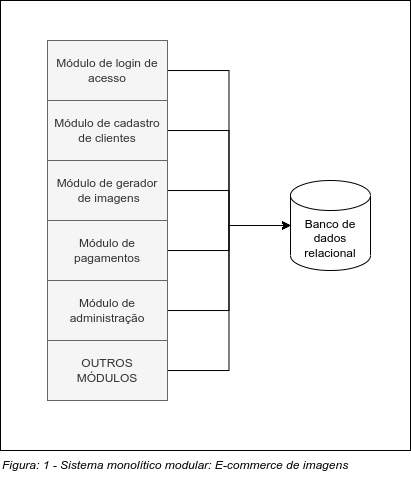
Earlier version of the draw.io export img/fig1.png (carlosemsantana/Txt2Img). Source tidied: cells renumbered, new cells last; positions are measured from the earlier drawing's top-left corner, leaving out a move shared by most shapes.
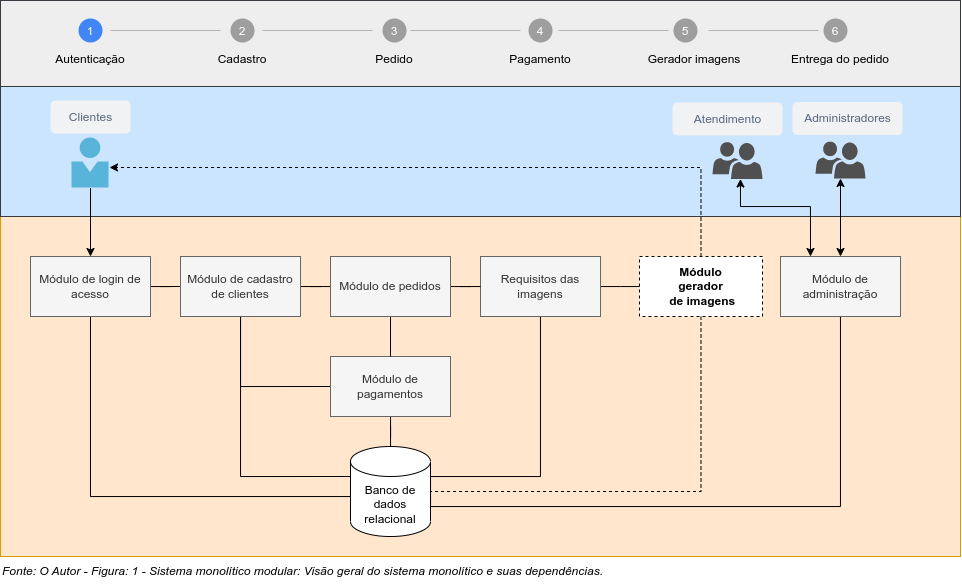
After the change.

What changed in the source:
```diff
@@ -2,50 +2,195 @@
   <root>
     <mxCell id="0" />
     <mxCell id="1" parent="0" />
-    <mxCell id="2" style="rounded=0;whiteSpace=wrap;html=1;" parent="1" vertex="1">
-      <mxGeometry width="410" height="450" as="geometry" />
+    <mxCell id="2" style="rounded=0;whiteSpace=wrap;html=1;fillColor=#ffe6cc;strokeColor=#d79b00;" parent="1" vertex="1">
+      <mxGeometry x="10" y="170" width="960" height="340" as="geometry" />
     </mxCell>
-    <mxCell id="3" value="&lt;i&gt;Figura: 1 - Sistema monolítico modular: E-commerce de imagens&lt;/i&gt;" style="text;html=1;strokeColor=none;fillColor=none;align=left;verticalAlign=middle;whiteSpace=wrap;rounded=0;" parent="1" vertex="1">
-      <mxGeometry y="450" width="410" height="30" as="geometry" />
+    <mxCell id="3" style="rounded=0;whiteSpace=wrap;html=1;fillColor=#eeeeee;strokeColor=#36393d;" parent="1" vertex="1">
+      <mxGeometry x="10" y="-46" width="960" height="86" as="geometry" />
     </mxCell>
-    <mxCell id="4" style="edgeStyle=orthogonalEdgeStyle;rounded=0;jettySize=auto;html=1;entryX=0;entryY=0.5;entryDx=0;entryDy=0;entryPerimeter=0;" parent="1" edge="1" source="5" target="16">
-      <mxGeometry relative="1" as="geometry" />
+    <mxCell id="4" value="&lt;i&gt;Fonte: O Autor - Figura: 1 - Sistema monolítico modular: Visão geral do sistema monolítico e suas dependências.&lt;/i&gt;" style="text;html=1;strokeColor=none;fillColor=none;align=left;verticalAlign=middle;whiteSpace=wrap;rounded=0;" parent="1" vertex="1">
+      <mxGeometry x="10" y="510" width="960" height="30" as="geometry" />
     </mxCell>
-    <mxCell id="5" value="Módulo de login de acesso" style="rounded=0;whiteSpace=wrap;html=1;fillColor=#f5f5f5;strokeColor=#666666;fontColor=#333333;" parent="1" vertex="1">
-      <mxGeometry x="47" y="40" width="120" height="60" as="geometry" />
+    <mxCell id="5" style="edgeStyle=orthogonalEdgeStyle;rounded=0;jettySize=auto;html=1;entryX=0;entryY=0.5;entryDx=0;entryDy=0;entryPerimeter=0;endArrow=none;endFill=0;" parent="1" edge="1" source="7" target="18">
+      <mxGeometry relative="1" as="geometry">
+        <Array as="points">
+          <mxPoint x="100" y="450" />
+          <mxPoint x="360" y="450" />
+        </Array>
+      </mxGeometry>
     </mxCell>
-    <mxCell id="6" style="edgeStyle=orthogonalEdgeStyle;rounded=0;jettySize=auto;html=1;entryX=0;entryY=0.5;entryDx=0;entryDy=0;entryPerimeter=0;" parent="1" edge="1" source="7" target="16">
+    <mxCell id="6" style="edgeStyle=orthogonalEdgeStyle;rounded=0;jettySize=auto;html=1;entryX=0;entryY=0.5;entryDx=0;entryDy=0;endArrow=none;endFill=0;startArrow=none;startFill=0;" parent="1" edge="1" source="7" target="11">
       <mxGeometry relative="1" as="geometry" />
     </mxCell>
-    <mxCell id="7" value="Módulo de cadastro de clientes" style="rounded=0;whiteSpace=wrap;html=1;fillColor=#f5f5f5;fontColor=#333333;strokeColor=#666666;" parent="1" vertex="1">
-      <mxGeometry x="47" y="100" width="120" height="60" as="geometry" />
+    <mxCell id="7" value="Módulo de login de acesso" style="rounded=0;whiteSpace=wrap;html=1;fillColor=#f5f5f5;strokeColor=#666666;fontColor=#333333;" parent="1" vertex="1">
+      <mxGeometry x="40" y="210" width="120" height="60" as="geometry" />
     </mxCell>
-    <mxCell id="8" style="edgeStyle=orthogonalEdgeStyle;rounded=0;jettySize=auto;html=1;entryX=0;entryY=0.5;entryDx=0;entryDy=0;entryPerimeter=0;" parent="1" edge="1" source="9" target="16">
-      <mxGeometry relative="1" as="geometry" />
+    <mxCell id="8" style="edgeStyle=orthogonalEdgeStyle;rounded=0;jettySize=auto;html=1;entryX=0;entryY=0;entryDx=0;entryDy=30;entryPerimeter=0;endArrow=none;endFill=0;" parent="1" edge="1" source="11" target="18">
+      <mxGeometry relative="1" as="geometry">
+        <Array as="points">
+          <mxPoint x="250" y="430" />
+        </Array>
+      </mxGeometry>
     </mxCell>
-    <mxCell id="9" value="Módulo de gerador&lt;br&gt;&amp;nbsp;de imagens" style="rounded=0;whiteSpace=wrap;html=1;fillColor=#f5f5f5;fontColor=#333333;strokeColor=#666666;" parent="1" vertex="1">
-      <mxGeometry x="47" y="160" width="120" height="60" as="geometry" />
+    <mxCell id="9" style="edgeStyle=orthogonalEdgeStyle;rounded=0;jettySize=auto;html=1;entryX=0;entryY=0.5;entryDx=0;entryDy=0;startArrow=none;startFill=0;endArrow=none;endFill=0;" parent="1" edge="1" source="11" target="15">
+      <mxGeometry relative="1" as="geometry">
+        <Array as="points">
+          <mxPoint x="250" y="340" />
+        </Array>
+      </mxGeometry>
     </mxCell>
-    <mxCell id="10" style="edgeStyle=orthogonalEdgeStyle;rounded=0;jettySize=auto;html=1;entryX=0;entryY=0.5;entryDx=0;entryDy=0;entryPerimeter=0;" parent="1" edge="1" source="11" target="16">
+    <mxCell id="10" style="edgeStyle=orthogonalEdgeStyle;rounded=0;jettySize=auto;html=1;startArrow=none;startFill=0;endArrow=none;endFill=0;" parent="1" edge="1" source="11" target="29">
       <mxGeometry relative="1" as="geometry" />
     </mxCell>
-    <mxCell id="11" value="Módulo de pagamentos" style="rounded=0;whiteSpace=wrap;html=1;fillColor=#f5f5f5;fontColor=#333333;strokeColor=#666666;" parent="1" vertex="1">
-      <mxGeometry x="47" y="220" width="120" height="60" as="geometry" />
+    <mxCell id="11" value="Módulo de cadastro de clientes" style="rounded=0;whiteSpace=wrap;html=1;fillColor=#f5f5f5;fontColor=#333333;strokeColor=#666666;" parent="1" vertex="1">
+      <mxGeometry x="190" y="210" width="120" height="60" as="geometry" />
     </mxCell>
-    <mxCell id="12" style="edgeStyle=orthogonalEdgeStyle;rounded=0;jettySize=auto;html=1;entryX=0;entryY=0.5;entryDx=0;entryDy=0;entryPerimeter=0;" parent="1" edge="1" source="13" target="16">
-      <mxGeometry relative="1" as="geometry" />
+    <mxCell id="12" style="edgeStyle=orthogonalEdgeStyle;rounded=0;jettySize=auto;html=1;entryX=1;entryY=0;entryDx=0;entryDy=60;entryPerimeter=0;endArrow=none;endFill=0;dashed=1;" parent="1" edge="1" source="13" target="18">
+      <mxGeometry relative="1" as="geometry">
+        <Array as="points">
+          <mxPoint x="710" y="445" />
+          <mxPoint x="440" y="445" />
+        </Array>
+      </mxGeometry>
     </mxCell>
-    <mxCell id="13" value="Módulo de administração" style="rounded=0;whiteSpace=wrap;html=1;fillColor=#f5f5f5;fontColor=#333333;strokeColor=#666666;" parent="1" vertex="1">
-      <mxGeometry x="47" y="280" width="120" height="60" as="geometry" />
+    <mxCell id="13" value="&lt;b style=&quot;&quot;&gt;Módulo&lt;br&gt;gerador&lt;br&gt;&amp;nbsp;de imagens&lt;/b&gt;" style="rounded=0;whiteSpace=wrap;html=1;dashed=1;verticalAlign=middle;" parent="1" vertex="1">
+      <mxGeometry x="649" y="210" width="123" height="60" as="geometry" />
     </mxCell>
-    <mxCell id="14" style="edgeStyle=orthogonalEdgeStyle;rounded=0;jettySize=auto;html=1;entryX=0;entryY=0.5;entryDx=0;entryDy=0;entryPerimeter=0;" parent="1" edge="1" source="15" target="16">
+    <mxCell id="14" style="edgeStyle=orthogonalEdgeStyle;rounded=0;jettySize=auto;html=1;endArrow=none;endFill=0;" parent="1" edge="1" source="15" target="18">
       <mxGeometry relative="1" as="geometry" />
     </mxCell>
-    <mxCell id="15" value="OUTROS &lt;br&gt;MÓDULOS" style="rounded=0;whiteSpace=wrap;html=1;fillColor=#f5f5f5;fontColor=#333333;strokeColor=#666666;" parent="1" vertex="1">
-      <mxGeometry x="47" y="340" width="120" height="60" as="geometry" />
+    <mxCell id="15" value="Módulo de pagamentos" style="rounded=0;whiteSpace=wrap;html=1;fillColor=#f5f5f5;fontColor=#333333;strokeColor=#666666;" parent="1" vertex="1">
+      <mxGeometry x="340" y="310" width="120" height="60" as="geometry" />
     </mxCell>
-    <mxCell id="16" value="Banco de dados relacional" style="shape=cylinder3;whiteSpace=wrap;html=1;boundedLbl=1;backgroundOutline=1;size=15;" parent="1" vertex="1">
-      <mxGeometry x="290" y="180" width="80" height="90" as="geometry" />
+    <mxCell id="16" style="edgeStyle=orthogonalEdgeStyle;rounded=0;jettySize=auto;html=1;entryX=1;entryY=0;entryDx=0;entryDy=30;entryPerimeter=0;endArrow=none;endFill=0;" parent="1" edge="1" source="17" target="18">
+      <mxGeometry relative="1" as="geometry">
+        <Array as="points">
+          <mxPoint x="850" y="460" />
+          <mxPoint x="440" y="460" />
+        </Array>
+      </mxGeometry>
     </mxCell>
+    <mxCell id="17" value="Módulo de administração" style="rounded=0;whiteSpace=wrap;html=1;fillColor=#f5f5f5;fontColor=#333333;strokeColor=#666666;" parent="1" vertex="1">
+      <mxGeometry x="790" y="210" width="120" height="60" as="geometry" />
+    </mxCell>
+    <mxCell id="18" value="Banco de dados relacional" style="shape=cylinder3;whiteSpace=wrap;html=1;boundedLbl=1;backgroundOutline=1;size=15;" parent="1" vertex="1">
+      <mxGeometry x="360" y="400" width="80" height="90" as="geometry" />
+    </mxCell>
+    <mxCell id="19" style="rounded=0;whiteSpace=wrap;html=1;fillColor=#cce5ff;strokeColor=#36393d;" parent="1" vertex="1">
+      <mxGeometry x="10" y="40" width="960" height="130" as="geometry" />
+    </mxCell>
+    <mxCell id="20" style="edgeStyle=orthogonalEdgeStyle;rounded=0;jettySize=auto;html=1;entryX=0.5;entryY=0;entryDx=0;entryDy=0;endArrow=classic;endFill=1;" parent="1" edge="1" source="21" target="7">
+      <mxGeometry relative="1" as="geometry" />
+    </mxCell>
+    <mxCell id="21" style="sketch=0;html=1;points=[];align=center;image;fontSize=12;image=img/lib/mscae/Person.svg;" parent="1" vertex="1">
+      <mxGeometry x="81.5" y="91.5" width="37" height="50" as="geometry" />
+    </mxCell>
+    <mxCell id="22" style="edgeStyle=orthogonalEdgeStyle;rounded=0;jettySize=auto;html=1;entryX=1;entryY=0.5;entryDx=0;entryDy=0;entryPerimeter=0;startArrow=none;startFill=0;endArrow=none;endFill=0;" parent="1" edge="1" source="24" target="18">
+      <mxGeometry relative="1" as="geometry">
+        <Array as="points">
+          <mxPoint x="550" y="430" />
+          <mxPoint x="440" y="430" />
+        </Array>
+      </mxGeometry>
+    </mxCell>
+    <mxCell id="23" style="edgeStyle=orthogonalEdgeStyle;rounded=0;jettySize=auto;html=1;startArrow=none;startFill=0;endArrow=none;endFill=0;" parent="1" edge="1" source="24" target="13">
+      <mxGeometry relative="1" as="geometry" />
+    </mxCell>
+    <mxCell id="24" value="Requisitos das&lt;br&gt;imagens" style="rounded=0;whiteSpace=wrap;html=1;fillColor=#f5f5f5;fontColor=#333333;strokeColor=#666666;" parent="1" vertex="1">
+      <mxGeometry x="490" y="210" width="120" height="60" as="geometry" />
+    </mxCell>
+    <mxCell id="25" style="edgeStyle=orthogonalEdgeStyle;rounded=0;jettySize=auto;html=1;startArrow=classic;startFill=1;endArrow=classic;endFill=1;" parent="1" edge="1" source="26" target="17">
+      <mxGeometry relative="1" as="geometry" />
+    </mxCell>
+    <mxCell id="26" style="sketch=0;shadow=0;dashed=0;html=1;strokeColor=none;labelPosition=center;verticalLabelPosition=bottom;verticalAlign=top;align=center;fillColor=#505050;shape=mxgraph.mscae.intune.user_group;" parent="1" vertex="1">
+      <mxGeometry x="825" y="95" width="50" height="37" as="geometry" />
+    </mxCell>
+    <mxCell id="27" style="edgeStyle=orthogonalEdgeStyle;rounded=0;jettySize=auto;html=1;startArrow=none;startFill=0;endArrow=none;endFill=0;" parent="1" edge="1" source="29" target="24">
+      <mxGeometry relative="1" as="geometry" />
+    </mxCell>
+    <mxCell id="28" style="edgeStyle=orthogonalEdgeStyle;rounded=0;jettySize=auto;html=1;startArrow=none;startFill=0;endArrow=none;endFill=0;" parent="1" edge="1" source="29" target="15">
+      <mxGeometry relative="1" as="geometry" />
+    </mxCell>
+    <mxCell id="29" value="Módulo de pedidos" style="rounded=0;whiteSpace=wrap;html=1;fillColor=#f5f5f5;fontColor=#333333;strokeColor=#666666;" parent="1" vertex="1">
+      <mxGeometry x="340" y="210" width="120" height="60" as="geometry" />
+    </mxCell>
+    <mxCell id="30" value="1" style="shape=ellipse;fontSize=12;strokeColor=none;fillColor=#4285F4;fontColor=#ffffff;align=center;verticalAlign=middle;" parent="1" vertex="1">
+      <mxGeometry x="88" y="-28" width="24" height="24" as="geometry" />
+    </mxCell>
+    <mxCell id="31" value="Autenticação" style="shape=rect;fontColor=#4d4d4dlfontSize=13;strokeColor=none;fillColor=none;" parent="1" vertex="1">
+      <mxGeometry x="50" y="2" width="100" height="20" as="geometry" />
+    </mxCell>
+    <mxCell id="32" style="shape=line;strokeColor=#b3b3b3;" parent="1" vertex="1">
+      <mxGeometry x="120" y="-21" width="110" height="10" as="geometry" />
+    </mxCell>
+    <mxCell id="33" value="2" style="shape=ellipse;fontSize=12;strokeColor=none;fillColor=#9e9e9e;fontColor=#ffffff;align=center;verticalAlign=middle;" parent="1" vertex="1">
+      <mxGeometry x="240" y="-28" width="24" height="24" as="geometry" />
+    </mxCell>
+    <mxCell id="34" value="Cadastro" style="shape=rect;fontColor=#4d4d4dlfontSize=13;strokeColor=none;fillColor=none;" parent="1" vertex="1">
+      <mxGeometry x="202" y="2" width="100" height="20" as="geometry" />
+    </mxCell>
+    <mxCell id="35" style="shape=line;strokeColor=#b3b3b3;" parent="1" vertex="1">
+      <mxGeometry x="272" y="-21" width="110" height="10" as="geometry" />
+    </mxCell>
+    <mxCell id="36" value="3" style="shape=ellipse;fontSize=12;strokeColor=none;fillColor=#9e9e9e;fontColor=#ffffff;" parent="1" vertex="1">
+      <mxGeometry x="392" y="-28" width="24" height="24" as="geometry" />
+    </mxCell>
+    <mxCell id="37" value="Pedido" style="shape=rect;fontColor=#4d4d4dlfontSize=13;strokeColor=none;fillColor=none;align=center;verticalAlign=middle;" parent="1" vertex="1">
+      <mxGeometry x="354" y="2" width="100" height="20" as="geometry" />
+    </mxCell>
+    <mxCell id="38" style="shape=line;strokeColor=#b3b3b3;" parent="1" vertex="1">
+      <mxGeometry x="420" y="-21" width="110" height="10" as="geometry" />
+    </mxCell>
+    <mxCell id="39" value="4" style="shape=ellipse;fontSize=12;strokeColor=none;fillColor=#9e9e9e;fontColor=#ffffff;" parent="1" vertex="1">
+      <mxGeometry x="538" y="-28" width="24" height="24" as="geometry" />
+    </mxCell>
+    <mxCell id="40" value="Pagamento" style="shape=rect;fontColor=#4d4d4dlfontSize=13;strokeColor=none;fillColor=none;align=center;verticalAlign=middle;" parent="1" vertex="1">
+      <mxGeometry x="500" y="2" width="100" height="20" as="geometry" />
+    </mxCell>
+    <mxCell id="41" value="5" style="shape=ellipse;fontSize=12;strokeColor=none;fillColor=#9e9e9e;fontColor=#ffffff;" parent="1" vertex="1">
+      <mxGeometry x="683" y="-28" width="24" height="24" as="geometry" />
+    </mxCell>
+    <mxCell id="42" value="Gerador imagens" style="shape=rect;fontColor=#4d4d4dlfontSize=13;strokeColor=none;fillColor=none;align=center;verticalAlign=middle;" parent="1" vertex="1">
+      <mxGeometry x="654" y="2" width="100" height="20" as="geometry" />
+    </mxCell>
+    <mxCell id="43" style="shape=line;strokeColor=#b3b3b3;" parent="1" vertex="1">
+      <mxGeometry x="568" y="-21" width="110" height="10" as="geometry" />
+    </mxCell>
+    <mxCell id="44" value="6" style="shape=ellipse;fontSize=12;strokeColor=none;fillColor=#9e9e9e;fontColor=#ffffff;" parent="1" vertex="1">
+      <mxGeometry x="833" y="-28" width="24" height="24" as="geometry" />
+    </mxCell>
+    <mxCell id="45" style="shape=line;strokeColor=#b3b3b3;" parent="1" vertex="1">
+      <mxGeometry x="718" y="-21" width="110" height="10" as="geometry" />
+    </mxCell>
+    <mxCell id="46" value="Entrega do pedido" style="shape=rect;fontColor=#4d4d4dlfontSize=13;strokeColor=none;fillColor=none;align=center;verticalAlign=middle;" parent="1" vertex="1">
+      <mxGeometry x="800" y="2" width="100" height="20" as="geometry" />
+    </mxCell>
+    <mxCell id="47" value="Clientes" style="rounded=1;align=center;fillColor=#F1F2F4;strokeColor=none;html=1;fontColor=#596780;fontSize=12;" parent="1" vertex="1">
+      <mxGeometry x="60" y="54" width="80" height="33" as="geometry" />
+    </mxCell>
+    <mxCell id="48" value="Administradores" style="rounded=1;align=center;fillColor=#F1F2F4;strokeColor=none;html=1;fontColor=#596780;fontSize=12;" parent="1" vertex="1">
+      <mxGeometry x="802" y="55.5" width="110" height="33" as="geometry" />
+    </mxCell>
+    <mxCell id="49" style="edgeStyle=orthogonalEdgeStyle;rounded=0;jettySize=auto;html=1;entryX=1.014;entryY=0.59;entryDx=0;entryDy=0;entryPerimeter=0;startArrow=none;startFill=0;endArrow=classic;endFill=1;dashed=1;exitX=0.5;exitY=0;exitDx=0;exitDy=0;" parent="1" edge="1" source="13" target="21">
+      <mxGeometry relative="1" as="geometry">
+        <Array as="points">
+          <mxPoint x="710" y="121" />
+        </Array>
+      </mxGeometry>
+    </mxCell>
+    <mxCell id="50" style="edgeStyle=orthogonalEdgeStyle;rounded=0;jettySize=auto;html=1;entryX=0.25;entryY=0;entryDx=0;entryDy=0;startArrow=classic;startFill=1;endArrow=classic;endFill=1;" parent="1" edge="1" source="51" target="17">
+      <mxGeometry relative="1" as="geometry">
+        <Array as="points">
+          <mxPoint x="750" y="160" />
+          <mxPoint x="820" y="160" />
+        </Array>
+      </mxGeometry>
+    </mxCell>
+    <mxCell id="51" style="sketch=0;shadow=0;dashed=0;html=1;strokeColor=none;labelPosition=center;verticalLabelPosition=bottom;verticalAlign=top;align=center;fillColor=#505050;shape=mxgraph.mscae.intune.user_group;" parent="1" vertex="1">
+      <mxGeometry x="722" y="95.5" width="50" height="37" as="geometry" />
+    </mxCell>
+    <mxCell id="52" value="Atendimento" style="rounded=1;align=center;fillColor=#F1F2F4;strokeColor=none;html=1;fontColor=#596780;fontSize=12;" parent="1" vertex="1">
+      <mxGeometry x="682" y="56" width="110" height="33" as="geometry" />
+    </mxCell>
   </root>
 </mxGraphModel>
```
